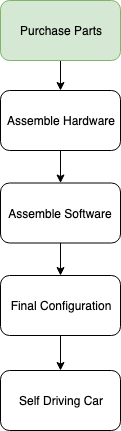
Above: images/sw_process_flowchart.png in abhisheksreesaila/blog (draw.io), before the change. Source tidied: cells renumbered, new cells last; positions are measured from the earlier drawing's top-left corner, leaving out a move shared by most shapes.
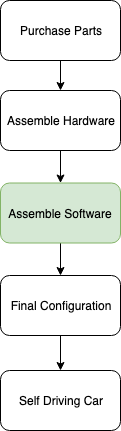
After the change.

What changed in the source:
```diff
@@ -5,7 +5,7 @@
     <mxCell id="2" style="edgeStyle=orthogonalEdgeStyle;rounded=0;jettySize=auto;html=1;" parent="1" edge="1" source="3" target="5">
       <mxGeometry relative="1" as="geometry" />
     </mxCell>
-    <mxCell id="3" value="Purchase Parts" style="rounded=1;whiteSpace=wrap;html=1;fillColor=#d5e8d4;strokeColor=#82b366;" parent="1" vertex="1">
+    <mxCell id="3" value="Purchase Parts" style="rounded=1;whiteSpace=wrap;html=1;" parent="1" vertex="1">
       <mxGeometry width="120" height="60" as="geometry" />
     </mxCell>
     <mxCell id="4" style="edgeStyle=orthogonalEdgeStyle;rounded=0;jettySize=auto;html=1;" parent="1" edge="1" source="5" target="7">
@@ -17,7 +17,7 @@
     <mxCell id="6" style="edgeStyle=orthogonalEdgeStyle;rounded=0;jettySize=auto;html=1;" parent="1" edge="1" source="7" target="9">
       <mxGeometry relative="1" as="geometry" />
     </mxCell>
-    <mxCell id="7" value="Assemble Software" style="rounded=1;whiteSpace=wrap;html=1;" parent="1" vertex="1">
+    <mxCell id="7" value="Assemble Software" style="rounded=1;whiteSpace=wrap;html=1;fillColor=#d5e8d4;strokeColor=#82b366;" parent="1" vertex="1">
       <mxGeometry y="182.5" width="120" height="60" as="geometry" />
     </mxCell>
     <mxCell id="8" style="edgeStyle=orthogonalEdgeStyle;rounded=0;jettySize=auto;html=1;" parent="1" edge="1" source="9" target="10">
```
